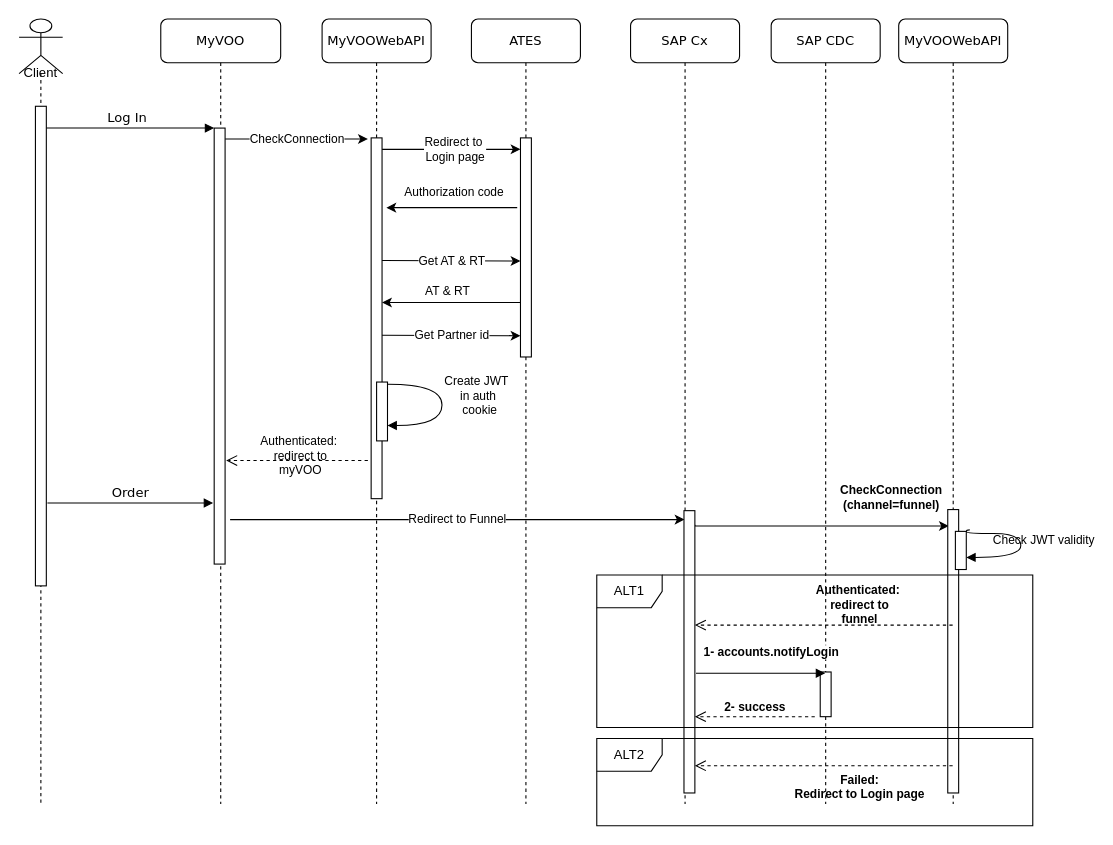
Above: page "SignIn v4 client authentifié" (1 of 2) of SSO.drawio in MudBloodArchitekt/draw.io (draw.io), before the change. Source tidied: cells renumbered, new cells numbered last; positions are measured from the earlier drawing's top-left corner, leaving out a move shared by most shapes. Both pictures are drawn from the tidied source at 109%, with x=0, y=0 at pixel (19, 19).
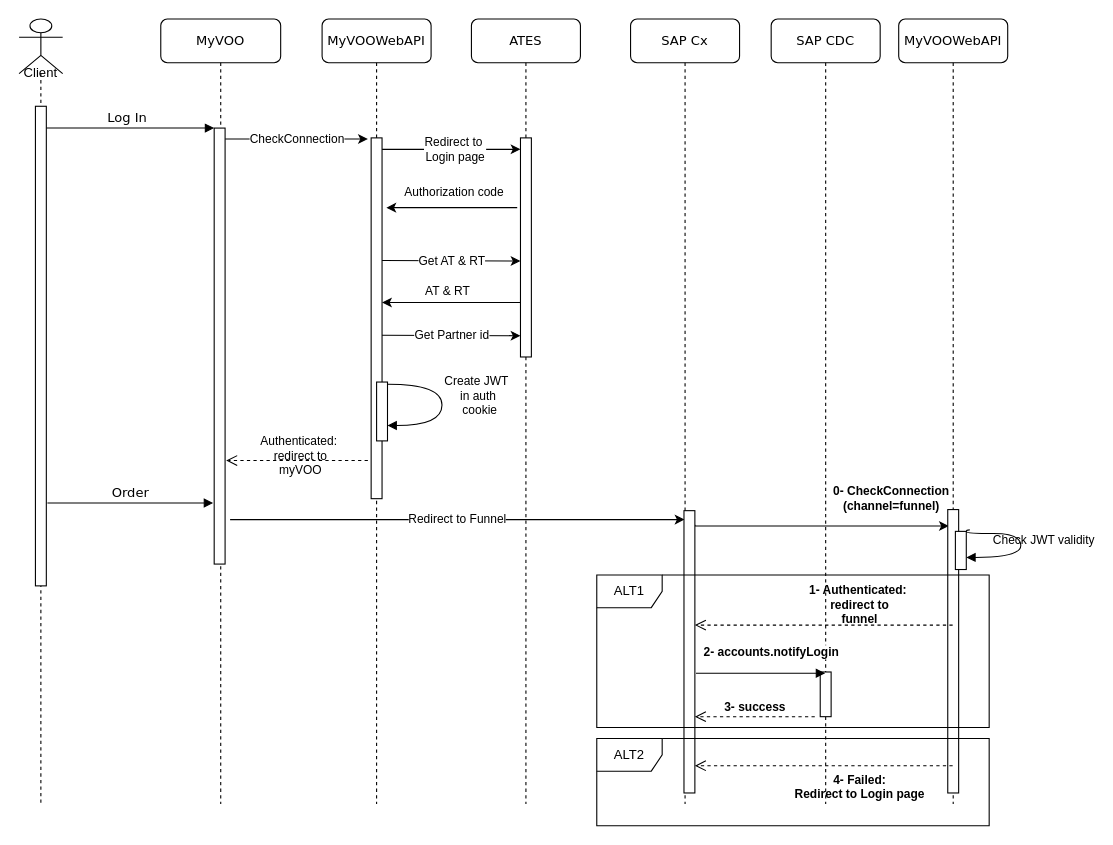
The same page after the edit.

The change refers to these unchanged cells:
```xml
<mxCell id="26" style="html=1;points=[];perimeter=orthogonalPerimeter;rounded=0;shadow=0;comic=0;labelBackgroundColor=none;strokeWidth=1;fontFamily=Verdana;fontSize=12;align=center;" parent="1" vertex="1">
  <mxGeometry x="852" y="450" width="10" height="260" as="geometry" />
</mxCell>
```

The edit, as a diff of the source:
```diff
@@
-    <mxCell id="23" value="&lt;b&gt;CheckConnection &lt;br&gt;(channel=funnel)&lt;/b&gt;" style="edgeStyle=orthogonalEdgeStyle;rounded=0;jettySize=auto;html=1;entryX=0.1;entryY=0.058;entryDx=0;entryDy=0;entryPerimeter=0;" parent="1" edge="1" target="26">
-      <mxGeometry x="0.55" y="26" relative="1" as="geometry">
+    <mxCell id="23" value="&lt;b&gt;0- CheckConnection &lt;br&gt;(channel=funnel)&lt;/b&gt;" style="edgeStyle=orthogonalEdgeStyle;rounded=0;jettySize=auto;html=1;entryX=0.1;entryY=0.058;entryDx=0;entryDy=0;entryPerimeter=0;" parent="1" edge="1" target="26">
+      <mxGeometry x="0.55" y="25" relative="1" as="geometry">
         <mxPoint x="620" y="464" as="sourcePoint" />
         <Array as="points">
           <mxPoint x="620" y="466" />
         </Array>
       </mxGeometry>
     </mxCell>
@@
-    <mxCell id="29" value="&lt;b&gt;Authenticated:&amp;nbsp;&lt;br style=&quot;font-size: 11px&quot;&gt;redirect to &lt;br style=&quot;font-size: 11px&quot;&gt;funnel&lt;/b&gt;" style="html=1;verticalAlign=bottom;endArrow=open;dashed=1;endSize=8;labelBackgroundColor=none;fontFamily=Helvetica;fontSize=11;edgeStyle=elbowEdgeStyle;elbow=vertical;" parent="1" edge="1">
+    <mxCell id="29" value="&lt;b&gt;1- Authenticated:&amp;nbsp;&lt;br style=&quot;font-size: 11px&quot;&gt;redirect to &lt;br style=&quot;font-size: 11px&quot;&gt;funnel&lt;/b&gt;" style="html=1;verticalAlign=bottom;endArrow=open;dashed=1;endSize=8;labelBackgroundColor=none;fontFamily=Helvetica;fontSize=11;edgeStyle=elbowEdgeStyle;elbow=vertical;" parent="1" edge="1">
       <mxGeometry x="-0.27" y="4" relative="1" as="geometry">
         <mxPoint x="856.5" y="556" as="sourcePoint" />
         <mxPoint x="620" y="556" as="targetPoint" />
         <Array as="points">
           <mxPoint x="723" y="556" />
           <mxPoint x="753" y="556" />
         </Array>
       </mxGeometry>
     </mxCell>
     <mxCell id="30" value="ALT1" style="shape=umlFrame;whiteSpace=wrap;html=1;" parent="1" vertex="1">
-      <mxGeometry x="530" y="510" width="400" height="140" as="geometry" />
+      <mxGeometry x="530" y="510" width="360" height="140" as="geometry" />
     </mxCell>
     <mxCell id="31" value="ALT2" style="shape=umlFrame;whiteSpace=wrap;html=1;" parent="1" vertex="1">
-      <mxGeometry x="530" y="660" width="400" height="80" as="geometry" />
+      <mxGeometry x="530" y="660" width="360" height="80" as="geometry" />
     </mxCell>
-    <mxCell id="32" value="&lt;b&gt;Failed:&lt;br&gt;Redirect to Login page&lt;/b&gt;" style="html=1;verticalAlign=bottom;endArrow=open;dashed=1;endSize=8;labelBackgroundColor=none;fontFamily=Helvetica;fontSize=11;edgeStyle=elbowEdgeStyle;elbow=vertical;" parent="1" edge="1">
+    <mxCell id="32" value="&lt;b&gt;4- Failed:&lt;br&gt;Redirect to Login page&lt;/b&gt;" style="html=1;verticalAlign=bottom;endArrow=open;dashed=1;endSize=8;labelBackgroundColor=none;fontFamily=Helvetica;fontSize=11;edgeStyle=elbowEdgeStyle;elbow=vertical;" parent="1" edge="1">
       <mxGeometry x="-0.27" y="35" relative="1" as="geometry">
         <mxPoint x="856.5" y="685" as="sourcePoint" />
         <mxPoint x="620" y="685" as="targetPoint" />
         <Array as="points">
           <mxPoint x="723" y="685" />
           <mxPoint x="753" y="685" />
         </Array>
       </mxGeometry>
     </mxCell>
@@
-    <mxCell id="35" value="&lt;b&gt;1- accounts.notifyLogin&lt;/b&gt;" style="html=1;verticalAlign=bottom;endArrow=block;exitX=1.1;exitY=0.514;exitDx=0;exitDy=0;exitPerimeter=0;" parent="1" edge="1">
+    <mxCell id="35" value="&lt;b&gt;2- accounts.notifyLogin&lt;/b&gt;" style="html=1;verticalAlign=bottom;endArrow=block;exitX=1.1;exitY=0.514;exitDx=0;exitDy=0;exitPerimeter=0;" parent="1" edge="1">
       <mxGeometry x="0.16" y="10" relative="1" as="geometry">
         <mxPoint x="621" y="600.1" as="sourcePoint" />
         <mxPoint x="739.5" y="600.1" as="targetPoint" />
       </mxGeometry>
     </mxCell>
-    <mxCell id="36" value="&lt;b&gt;2- success&lt;/b&gt;" style="html=1;verticalAlign=bottom;endArrow=open;dashed=1;endSize=8;" parent="1" edge="1">
+    <mxCell id="36" value="&lt;b&gt;3- success&lt;/b&gt;" style="html=1;verticalAlign=bottom;endArrow=open;dashed=1;endSize=8;" parent="1" edge="1">
       <mxGeometry relative="1" as="geometry">
         <mxPoint x="730" y="640" as="sourcePoint" />
         <mxPoint x="620" y="640" as="targetPoint" />
       </mxGeometry>
     </mxCell>
```
